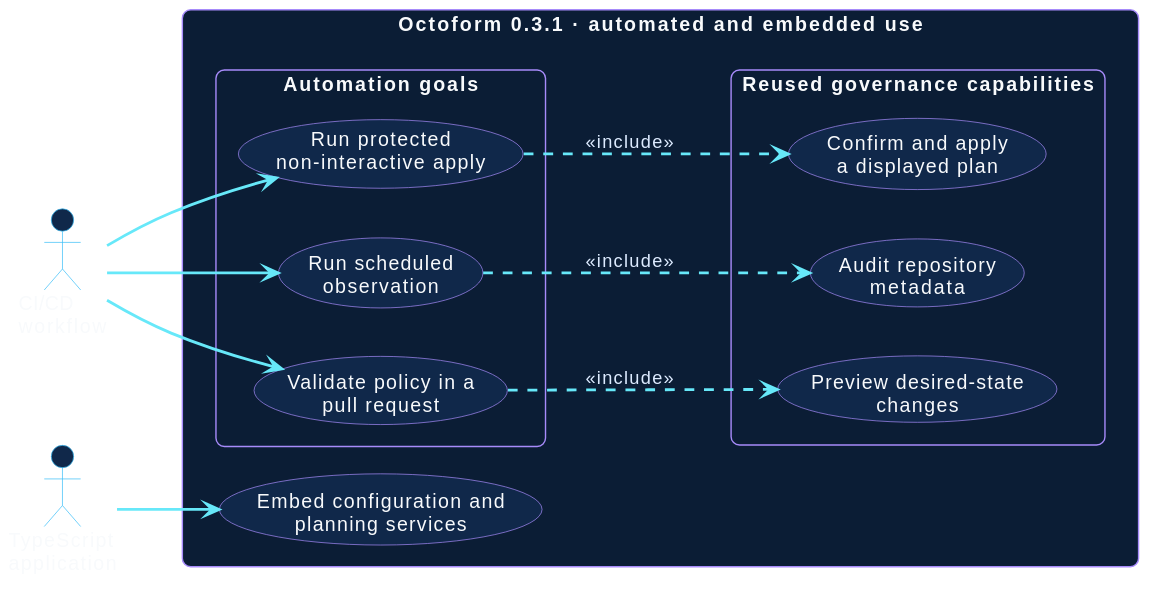
hector-ae21/octoform-docs keeps this PlantUML diagram as docs/assets/diagrams/automation-use-cases.svg. Above is the earlier version. Its diagram source:
```plantuml
@startuml
!include _theme.iuml
left to right direction

actor "CI/CD\nworkflow" as Automation
actor "TypeScript\napplication" as Consumer

rectangle "Octoform 0.3.1 · automated and embedded use" {
  package "Automation goals" {
    usecase "Run scheduled\nobservation" as Scheduled
    usecase "Validate policy in a\npull request" as PullRequest
    usecase "Run protected\nnon-interactive apply" as ProtectedApply
  }
  package "Reused governance capabilities" {
    usecase "Audit repository\nmetadata" as Audit
    usecase "Preview desired-state\nchanges" as Plan
    usecase "Confirm and apply\na displayed plan" as Apply
  }
  usecase "Embed configuration and\nplanning services" as Embed
}

Automation --> Scheduled
Automation --> PullRequest
Automation --> ProtectedApply
Consumer --> Embed
Scheduled ..> Audit : <<include>>
PullRequest ..> Plan : <<include>>
ProtectedApply ..> Apply : <<include>>
@enduml
```
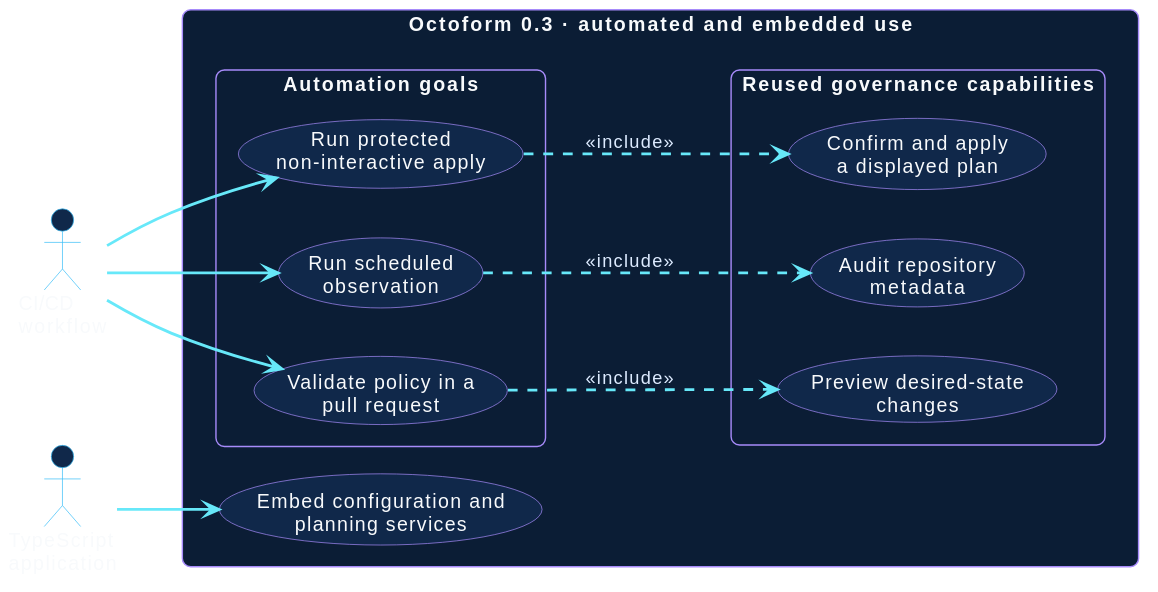
After the commit.

Change to the diagram source:
```diff
@@ -5,7 +5,7 @@
 actor "CI/CD\nworkflow" as Automation
 actor "TypeScript\napplication" as Consumer
 
-rectangle "Octoform 0.3.1 · automated and embedded use" {
+rectangle "Octoform 0.3 · automated and embedded use" {
   package "Automation goals" {
     usecase "Run scheduled\nobservation" as Scheduled
     usecase "Validate policy in a\npull request" as PullRequest
```
